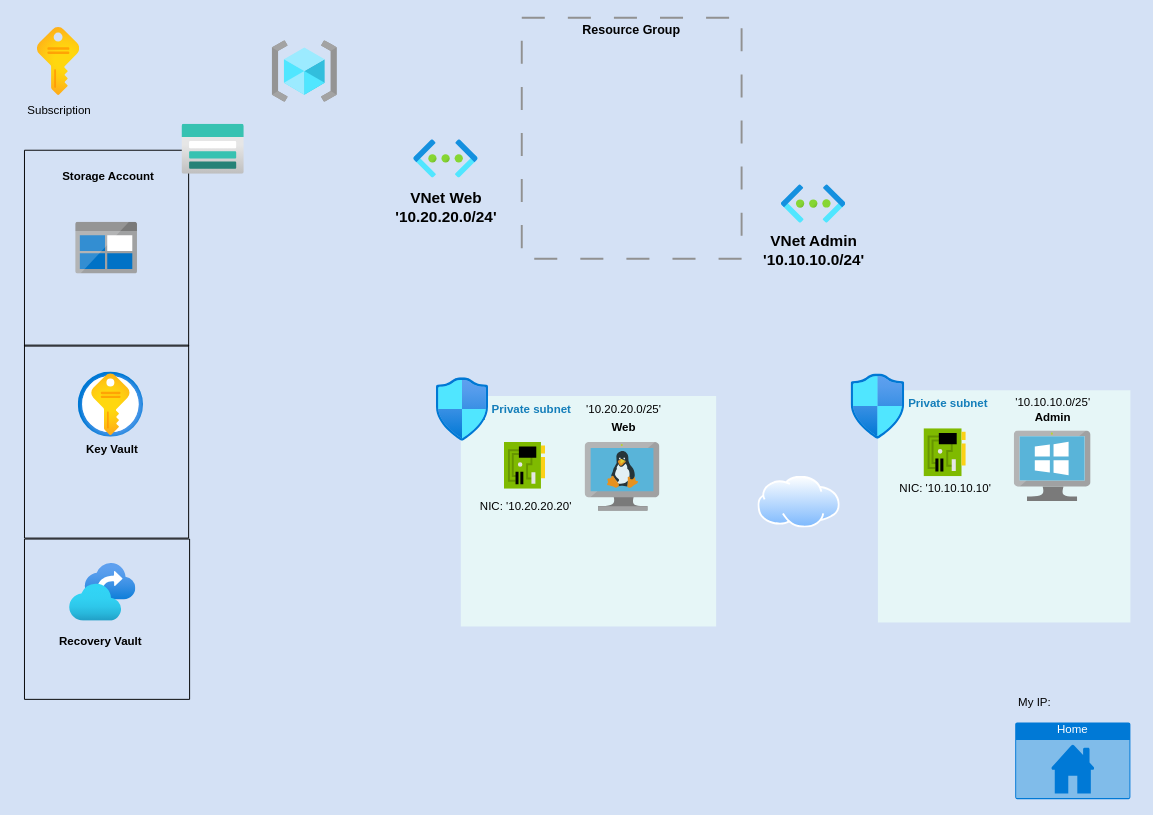
Above: v1.0.drawio in techgrounds/techgrounds-SaidTG (draw.io), before the change. Source tidied: cells renumbered, new cells numbered last; positions are measured from the earlier drawing's top-left corner, leaving out a move shared by most shapes. Both pictures are drawn from the tidied source at 96%, with x=0, y=0 at pixel (16, 17).
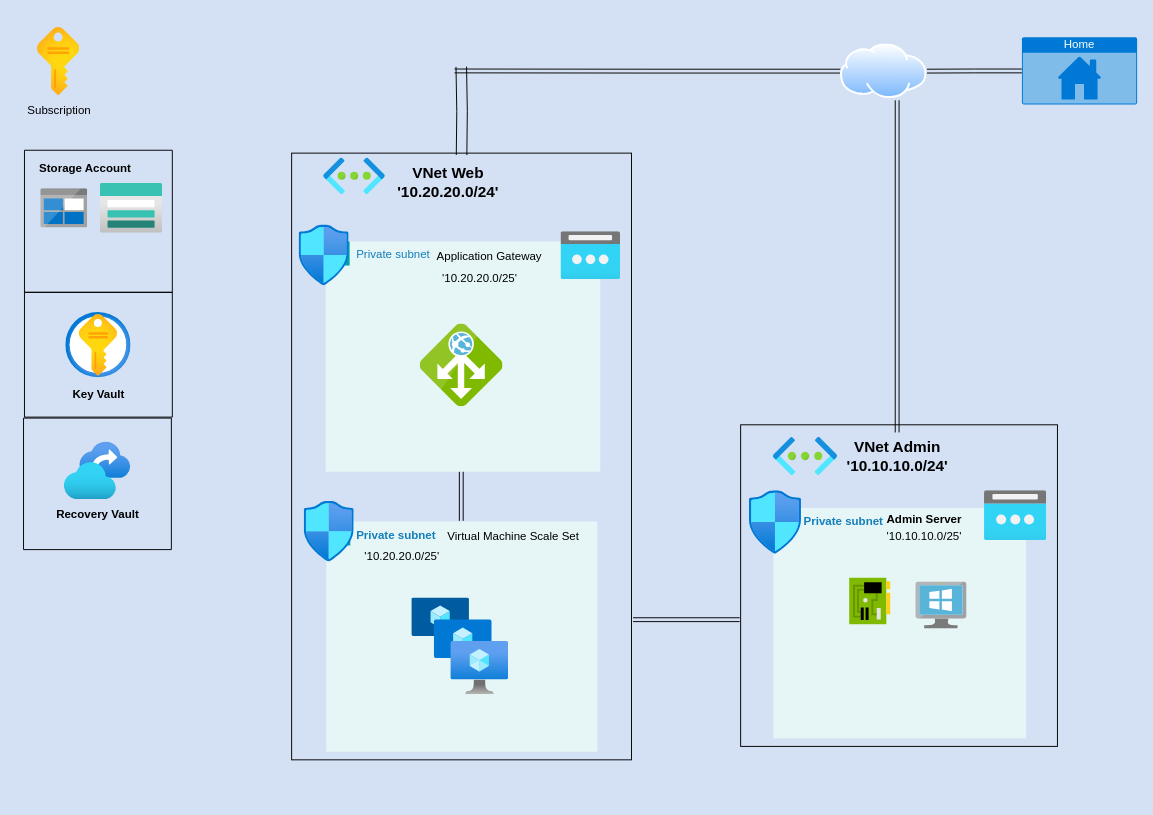
The same diagram, later.

What changed in the source:
```diff
@@
-    <mxCell id="2" value="Home" style="html=1;whiteSpace=wrap;strokeColor=none;fillColor=#0079D6;labelPosition=center;verticalLabelPosition=middle;verticalAlign=top;align=center;fontSize=12;outlineConnect=0;spacingTop=-6;fontColor=#FFFFFF;sketch=0;shape=mxgraph.sitemap.home;" parent="1" vertex="1">
-      <mxGeometry x="1040" y="734" width="120" height="80" as="geometry" />
-    </mxCell>
-    <mxCell id="3" style="image;html=1;align=center;fontSize=12;image=img/lib/azure2/networking/Virtual_Networks.svg;" parent="1" vertex="1">
-      <mxGeometry x="796.5" y="174" width="67" height="40" as="geometry" />
-    </mxCell>
-    <mxCell id="4" style="image;html=1;align=center;fontSize=12;image=img/lib/azure2/networking/Virtual_Networks.svg;" parent="1" vertex="1">
-      <mxGeometry x="413.5" y="127" width="67" height="40" as="geometry" />
-    </mxCell>
@@
-    <mxCell id="6" value="&lt;b&gt;&lt;font style=&quot;font-size: 13px;&quot;&gt;Resource Group&lt;/font&gt;&lt;/b&gt;" style="fontStyle=0;verticalAlign=top;align=center;spacingTop=-2;fillColor=none;rounded=0;whiteSpace=wrap;html=1;strokeColor=#919191;strokeWidth=2;dashed=1;dashPattern=12 12;" parent="1" vertex="1">
-      <mxGeometry x="526" width="229" height="251" as="geometry" />
-    </mxCell>
+    <mxCell id="39" style="edgeStyle=orthogonalEdgeStyle;shape=link;rounded=0;jettySize=auto;html=1;" parent="1" edge="1" source="7">
+      <mxGeometry relative="1" as="geometry">
+        <mxPoint x="456" y="55.4" as="targetPoint" />
+      </mxGeometry>
+    </mxCell>
     <mxCell id="7" style="image;perimeter=ellipsePerimeter;html=1;align=center;shadow=0;dashed=0;spacingTop=3;image=img/lib/active_directory/internet_cloud.svg;" parent="1" vertex="1">
-      <mxGeometry x="772" y="477.5" width="85.7" height="54" as="geometry" />
+      <mxGeometry x="858" y="27.2" width="90.1" height="56.8" as="geometry" />
     </mxCell>
     <mxCell id="8" style="swimlane;startSize=0;" parent="1" vertex="1">
-      <mxGeometry x="8" y="138" width="171" height="204" as="geometry" />
+      <mxGeometry x="8" y="138" width="154" height="148" as="geometry" />
     </mxCell>
     <mxCell id="9" style="image;html=1;align=center;fontSize=12;image=img/lib/azure2/storage/Storage_Accounts.svg;" parent="8" vertex="1">
-      <mxGeometry x="164" y="-27" width="65" height="52" as="geometry" />
+      <mxGeometry x="79" y="34.5" width="65" height="52" as="geometry" />
     </mxCell>
     <mxCell id="10" style="image;sketch=0;html=1;align=center;fontSize=12;image=img/lib/mscae/BlobBlock.svg;" parent="8" vertex="1">
-      <mxGeometry x="53.4" y="75" width="64.3" height="54" as="geometry" />
+      <mxGeometry x="17" y="40" width="48.8" height="41" as="geometry" />
     </mxCell>
     <mxCell id="11" value="&lt;b&gt;Storage Account&lt;/b&gt;" style="text;html=1;align=center;verticalAlign=middle;strokeColor=none;fillColor=none;" parent="8" vertex="1">
-      <mxGeometry x="30" y="14" width="113" height="26" as="geometry" />
+      <mxGeometry x="6" y="6" width="113" height="26" as="geometry" />
     </mxCell>
     <mxCell id="12" style="swimlane;startSize=0;" parent="1" vertex="1">
-      <mxGeometry x="8" y="341" width="171" height="201" as="geometry" />
+      <mxGeometry x="8" y="286" width="154" height="130" as="geometry" />
     </mxCell>
     <mxCell id="13" style="image;html=1;align=center;fontSize=12;image=img/lib/azure2/security/Key_Vaults.svg;" parent="12" vertex="1">
-      <mxGeometry x="56" y="28" width="68" height="68" as="geometry" />
+      <mxGeometry x="43" y="21" width="68" height="68" as="geometry" />
     </mxCell>
     <mxCell id="14" value="&lt;div&gt;&lt;b&gt;Key Vault&lt;/b&gt;&lt;/div&gt;" style="text;html=1;align=center;verticalAlign=middle;strokeColor=none;fillColor=none;" parent="12" vertex="1">
-      <mxGeometry x="55.5" y="96" width="70" height="26" as="geometry" />
+      <mxGeometry x="42" y="94" width="70" height="26" as="geometry" />
     </mxCell>
     <mxCell id="15" style="swimlane;startSize=0;" parent="1" vertex="1">
-      <mxGeometry x="8" y="543" width="172" height="167" as="geometry" />
+      <mxGeometry x="7" y="417" width="154" height="137" as="geometry" />
     </mxCell>
     <mxCell id="16" value="&lt;div&gt;&lt;b&gt;Recovery Vault&lt;/b&gt;&lt;/div&gt;" style="text;html=1;align=center;verticalAlign=middle;strokeColor=none;fillColor=none;" parent="15" vertex="1">
-      <mxGeometry x="28" y="93.5" width="102" height="26" as="geometry" />
+      <mxGeometry x="26" y="88" width="102" height="26" as="geometry" />
     </mxCell>
     <mxCell id="17" style="image;html=1;align=center;fontSize=12;image=img/lib/azure2/management_governance/Recovery_Services_Vaults.svg;" parent="15" vertex="1">
-      <mxGeometry x="47" y="25.5" width="69" height="60" as="geometry" />
+      <mxGeometry x="42.5" y="25" width="69" height="60" as="geometry" />
     </mxCell>
@@
-    <mxCell id="19" value="&lt;div style=&quot;font-size: 16px;&quot;&gt;&lt;b&gt;&lt;font style=&quot;font-size: 16px;&quot;&gt;VNet Web&lt;/font&gt;&lt;/b&gt;&lt;/div&gt;&lt;div style=&quot;font-size: 16px;&quot;&gt;&lt;b&gt;&lt;font style=&quot;font-size: 16px;&quot;&gt;'10.20.20.0/24'&lt;font style=&quot;font-size: 16px;&quot;&gt;&lt;br&gt;&lt;/font&gt;&lt;/font&gt;&lt;/b&gt;&lt;/div&gt;" style="text;html=1;align=center;verticalAlign=middle;strokeColor=none;fillColor=none;" parent="1" vertex="1">
-      <mxGeometry x="385" y="172" width="124" height="50" as="geometry" />
-    </mxCell>
-    <mxCell id="20" value="&lt;div style=&quot;font-size: 16px;&quot;&gt;&lt;b&gt;&lt;font style=&quot;font-size: 16px;&quot;&gt;VNet Admin&lt;/font&gt;&lt;/b&gt;&lt;/div&gt;&lt;div style=&quot;font-size: 16px;&quot;&gt;&lt;b&gt;&lt;font style=&quot;font-size: 16px;&quot;&gt;'10.10.10.0/24&lt;/font&gt;'&lt;/b&gt;&lt;/div&gt;" style="text;html=1;align=center;verticalAlign=middle;points=[];strokeColor=none;fillColor=none;" parent="1" vertex="1">
-      <mxGeometry x="768" y="217" width="124" height="50" as="geometry" />
-    </mxCell>
-    <mxCell id="21" style="image;html=1;align=center;fontSize=12;image=img/lib/azure2/general/Resource_Groups.svg;" parent="1" vertex="1">
-      <mxGeometry x="266" y="24" width="68" height="64" as="geometry" />
-    </mxCell>
-    <mxCell id="22" value="My IP:" style="text;html=1;align=center;verticalAlign=middle;strokeColor=none;fillColor=none;" parent="1" vertex="1">
-      <mxGeometry x="1035.5" y="700" width="49" height="26" as="geometry" />
-    </mxCell>
-    <mxCell id="23" style="group;" parent="1" vertex="1">
-      <mxGeometry x="437" y="375" width="291.5" height="259" as="geometry" />
-    </mxCell>
-    <mxCell id="24" value="&lt;b&gt;Private subnet&lt;/b&gt;" style="gradientColor=none;html=1;whiteSpace=wrap;fontSize=12;fontStyle=0;shape=mxgraph.aws4.group;grIcon=mxgraph.aws4.group_security_group;grStroke=0;strokeColor=#00A4A6;fillColor=#E6F6F7;verticalAlign=top;align=left;spacingLeft=30;fontColor=#147EBA;dashed=0;" parent="23" vertex="1">
-      <mxGeometry x="25.5" y="19" width="266" height="240" as="geometry" />
-    </mxCell>
-    <mxCell id="25" style="image;sketch=0;html=1;align=center;fontSize=12;image=img/lib/mscae/NetworkInterfaceCard.svg;" parent="23" vertex="1">
-      <mxGeometry x="71" y="67.4" width="42.8" height="48.7" as="geometry" />
-    </mxCell>
-    <mxCell id="26" style="image;sketch=0;html=1;align=center;fontSize=12;image=img/lib/mscae/VM_Linux.svg;" parent="23" vertex="1">
-      <mxGeometry x="155" y="67.4" width="77.9" height="71.7" as="geometry" />
-    </mxCell>
-    <mxCell id="27" value="&lt;b&gt;Web&lt;/b&gt;" style="text;html=1;align=center;verticalAlign=middle;strokeColor=none;fillColor=none;" parent="23" vertex="1">
-      <mxGeometry x="173" y="37.9" width="44" height="27.4" as="geometry" />
-    </mxCell>
-    <mxCell id="28" value="'10.20.20.0/25'" style="text;html=1;align=center;verticalAlign=middle;strokeColor=none;fillColor=none;" parent="23" vertex="1">
-      <mxGeometry x="146.5" y="19" width="97" height="27.4" as="geometry" />
-    </mxCell>
-    <mxCell id="29" value="&lt;div&gt;NIC: '10.20.20.20'&lt;/div&gt;" style="text;html=1;align=center;verticalAlign=middle;strokeColor=none;fillColor=none;" parent="23" vertex="1">
-      <mxGeometry x="36" y="120" width="114" height="27.4" as="geometry" />
-    </mxCell>
-    <mxCell id="30" style="image;html=1;align=center;fontSize=12;image=img/lib/azure2/networking/Network_Security_Groups.svg;" parent="23" vertex="1">
-      <mxGeometry width="54.5" height="66.2" as="geometry" />
-    </mxCell>
-    <mxCell id="31" style="group;" parent="1" vertex="1">
-      <mxGeometry x="869" y="371" width="291" height="259" as="geometry" />
-    </mxCell>
+    <mxCell id="40" style="rounded=0;whiteSpace=wrap;html=1;fillColor=none;" parent="1" vertex="1">
+      <mxGeometry x="754" y="424" width="330" height="335" as="geometry" />
+    </mxCell>
+    <mxCell id="41" style="shape=link;html=1;rounded=0;" parent="1" edge="1">
+      <mxGeometry relative="1" as="geometry">
+        <mxPoint x="642" y="627" as="sourcePoint" />
+        <mxPoint x="753" y="627" as="targetPoint" />
+      </mxGeometry>
+    </mxCell>
+    <mxCell id="42" style="shape=link;html=1;rounded=0;" parent="1" edge="1">
+      <mxGeometry relative="1" as="geometry">
+        <mxPoint x="463" y="466" as="sourcePoint" />
+        <mxPoint x="463" y="524" as="targetPoint" />
+      </mxGeometry>
+    </mxCell>
+    <mxCell id="43" value="Private subnet" style="gradientColor=none;html=1;whiteSpace=wrap;fontSize=12;fontStyle=0;shape=mxgraph.aws4.group;grIcon=mxgraph.aws4.group_security_group;grStroke=0;strokeColor=#00A4A6;fillColor=#E6F6F7;verticalAlign=top;align=left;spacingLeft=30;fontColor=#147EBA;dashed=0;" parent="1" vertex="1">
+      <mxGeometry x="321.7" y="233" width="286" height="240" as="geometry" />
+    </mxCell>
+    <mxCell id="44" style="image;sketch=0;html=1;align=center;fontSize=12;image=img/lib/mscae/Application_Gateway.svg;" parent="1" vertex="1">
+      <mxGeometry x="420.2" y="319" width="86.2" height="86.2" as="geometry" />
+    </mxCell>
+    <mxCell id="45" value="Application Gateway" style="text;html=1;align=center;verticalAlign=middle;strokeColor=none;fillColor=none;" parent="1" vertex="1">
+      <mxGeometry x="428.4" y="235.9" width="128" height="26" as="geometry" />
+    </mxCell>
+    <mxCell id="46" value="'10.20.20.0/25'" style="text;html=1;align=center;verticalAlign=middle;strokeColor=none;fillColor=none;" parent="1" vertex="1">
+      <mxGeometry x="433.7" y="259" width="97" height="26" as="geometry" />
+    </mxCell>
+    <mxCell id="47" style="image;html=1;align=center;fontSize=12;image=img/lib/azure2/networking/Public_IP_Addresses.svg;" parent="1" vertex="1">
+      <mxGeometry x="566.8" y="222.9" width="62.2" height="49.8" as="geometry" />
+    </mxCell>
+    <mxCell id="48" style="image;html=1;align=center;fontSize=12;image=img/lib/azure2/networking/Network_Security_Groups.svg;" parent="1" vertex="1">
+      <mxGeometry x="294" y="215.8" width="52.2" height="63.4" as="geometry" />
+    </mxCell>
+    <mxCell id="49" style="edgeStyle=orthogonalEdgeStyle;shape=link;rounded=0;orthogonalLoop=1;jettySize=auto;html=1;width=11;" parent="1" edge="1">
+      <mxGeometry relative="1" as="geometry">
+        <mxPoint x="463.3" y="143" as="sourcePoint" />
+        <mxPoint x="463" y="51" as="targetPoint" />
+      </mxGeometry>
+    </mxCell>
+    <mxCell id="50" style="rounded=0;whiteSpace=wrap;html=1;fillColor=none;" parent="1" vertex="1">
+      <mxGeometry x="286.3" y="141" width="354" height="632" as="geometry" />
+    </mxCell>
-    <mxCell id="32" value="&lt;b&gt;Private subnet&lt;/b&gt;" style="gradientColor=none;html=1;whiteSpace=wrap;fontSize=12;fontStyle=0;shape=mxgraph.aws4.group;grIcon=mxgraph.aws4.group_security_group;grStroke=0;strokeColor=#00A4A6;fillColor=#E6F6F7;verticalAlign=top;align=left;spacingLeft=30;fontColor=#147EBA;dashed=0;" parent="31" vertex="1">
-      <mxGeometry x="28" y="17" width="263" height="242" as="geometry" />
+    <mxCell id="32" value="&lt;b&gt;Private subnet&lt;/b&gt;" style="gradientColor=none;html=1;whiteSpace=wrap;fontSize=12;fontStyle=0;shape=mxgraph.aws4.group;grIcon=mxgraph.aws4.group_security_group;grStroke=0;strokeColor=#00A4A6;fillColor=#E6F6F7;verticalAlign=top;align=left;spacingLeft=30;fontColor=#147EBA;dashed=0;" parent="1" vertex="1">
+      <mxGeometry x="788" y="510.6" width="263.4" height="240" as="geometry" />
     </mxCell>
-    <mxCell id="33" style="image;sketch=0;html=1;align=center;fontSize=12;image=img/lib/mscae/NetworkInterfaceCard.svg;" parent="31" vertex="1">
-      <mxGeometry x="76" y="57" width="44" height="50" as="geometry" />
+    <mxCell id="33" style="image;sketch=0;html=1;align=center;fontSize=12;image=img/lib/mscae/NetworkInterfaceCard.svg;" parent="1" vertex="1">
+      <mxGeometry x="867.5" y="583.6" width="43.1" height="49" as="geometry" />
     </mxCell>
-    <mxCell id="34" style="image;sketch=0;html=1;align=center;fontSize=12;image=img/lib/mscae/VirtualMachineWindows.svg;" parent="31" vertex="1">
-      <mxGeometry x="170" y="59.4" width="80" height="73.6" as="geometry" />
+    <mxCell id="34" style="image;sketch=0;html=1;align=center;fontSize=12;image=img/lib/mscae/VirtualMachineWindows.svg;" parent="1" vertex="1">
+      <mxGeometry x="936.5" y="587.6" width="53.3" height="49" as="geometry" />
     </mxCell>
-    <mxCell id="35" style="image;html=1;align=center;fontSize=12;image=img/lib/azure2/networking/Network_Security_Groups.svg;" parent="31" vertex="1">
-      <mxGeometry width="56" height="68" as="geometry" />
-    </mxCell>
-    <mxCell id="36" value="&lt;b&gt;Admin&lt;/b&gt;" style="text;html=1;align=center;verticalAlign=middle;strokeColor=none;fillColor=none;" parent="31" vertex="1">
-      <mxGeometry x="183" y="33.4" width="54" height="26" as="geometry" />
+    <mxCell id="36" value="&lt;div&gt;&lt;b&gt;Admin Server&lt;/b&gt;&lt;/div&gt;" style="text;html=1;align=center;verticalAlign=middle;strokeColor=none;fillColor=none;" parent="1" vertex="1">
+      <mxGeometry x="897.9" y="510" width="95" height="26" as="geometry" />
     </mxCell>
+    <mxCell id="51" style="image;html=1;align=center;fontSize=12;image=img/lib/azure2/networking/Network_Security_Groups.svg;" parent="1" vertex="1">
+      <mxGeometry x="763" y="492.6" width="54.5" height="66.2" as="geometry" />
+    </mxCell>
-    <mxCell id="37" value="&lt;div&gt;'10.10.10.0/25'&lt;/div&gt;" style="text;html=1;align=center;verticalAlign=middle;strokeColor=none;fillColor=none;" parent="31" vertex="1">
-      <mxGeometry x="161.5" y="17" width="97" height="26" as="geometry" />
+    <mxCell id="37" value="&lt;div&gt;'10.10.10.0/25'&lt;/div&gt;" style="text;html=1;align=center;verticalAlign=middle;strokeColor=none;fillColor=none;" parent="1" vertex="1">
+      <mxGeometry x="896.9" y="528" width="97" height="26" as="geometry" />
     </mxCell>
-    <mxCell id="38" value="NIC: '10.10.10.10'" style="text;html=1;align=center;verticalAlign=middle;strokeColor=none;fillColor=none;" parent="31" vertex="1">
-      <mxGeometry x="41" y="107" width="114" height="26" as="geometry" />
-    </mxCell>
+    <mxCell id="52" style="image;html=1;align=center;fontSize=12;image=img/lib/azure2/networking/Public_IP_Addresses.svg;" parent="1" vertex="1">
+      <mxGeometry x="1007.9" y="492.6" width="65" height="52" as="geometry" />
+    </mxCell>
+    <mxCell id="3" style="image;html=1;align=center;fontSize=12;image=img/lib/azure2/networking/Virtual_Networks.svg;" parent="1" vertex="1">
+      <mxGeometry x="788" y="437" width="67" height="40" as="geometry" />
+    </mxCell>
+    <mxCell id="20" value="&lt;div style=&quot;font-size: 16px;&quot;&gt;&lt;b&gt;&lt;font style=&quot;font-size: 16px;&quot;&gt;VNet Admin&lt;/font&gt;&lt;/b&gt;&lt;/div&gt;&lt;div style=&quot;font-size: 16px;&quot;&gt;&lt;b&gt;&lt;font style=&quot;font-size: 16px;&quot;&gt;'10.10.10.0/24&lt;/font&gt;'&lt;/b&gt;&lt;/div&gt;" style="text;html=1;align=center;verticalAlign=middle;points=[];strokeColor=none;fillColor=none;" parent="1" vertex="1">
+      <mxGeometry x="855" y="432" width="124" height="50" as="geometry" />
+    </mxCell>
+    <mxCell id="24" value="&lt;b&gt;Private subnet&lt;/b&gt;" style="gradientColor=none;html=1;whiteSpace=wrap;fontSize=12;fontStyle=0;shape=mxgraph.aws4.group;grIcon=mxgraph.aws4.group_security_group;grStroke=0;strokeColor=#00A4A6;fillColor=#E6F6F7;verticalAlign=top;align=left;spacingLeft=30;fontColor=#147EBA;dashed=0;" parent="1" vertex="1">
+      <mxGeometry x="322.4" y="524.6" width="282.3" height="240" as="geometry" />
+    </mxCell>
+    <mxCell id="28" value="'10.20.20.0/25'" style="text;html=1;align=center;verticalAlign=middle;strokeColor=none;fillColor=none;" parent="1" vertex="1">
+      <mxGeometry x="349.5" y="547.7" width="102.9" height="27.4" as="geometry" />
+    </mxCell>
+    <mxCell id="30" style="image;html=1;align=center;fontSize=12;image=img/lib/azure2/networking/Network_Security_Groups.svg;" parent="1" vertex="1">
+      <mxGeometry x="299.3" y="503.6" width="52.2" height="63.4" as="geometry" />
+    </mxCell>
+    <mxCell id="53" style="image;html=1;align=center;fontSize=12;image=img/lib/azure2/compute/VM_Scale_Sets.svg;" parent="1" vertex="1">
+      <mxGeometry x="411.5" y="604.4" width="100.8" height="100.8" as="geometry" />
+    </mxCell>
+    <mxCell id="54" value="&lt;div&gt;Virtual Machine Scale Set&lt;/div&gt;" style="text;html=1;align=center;verticalAlign=middle;strokeColor=none;fillColor=none;" parent="1" vertex="1">
+      <mxGeometry x="439.1" y="526.7" width="156" height="26" as="geometry" />
+    </mxCell>
+    <mxCell id="4" style="image;html=1;align=center;fontSize=12;image=img/lib/azure2/networking/Virtual_Networks.svg;" parent="1" vertex="1">
+      <mxGeometry x="319.7" y="146" width="64.1" height="38.3" as="geometry" />
+    </mxCell>
+    <mxCell id="19" value="&lt;div style=&quot;font-size: 16px;&quot;&gt;&lt;b&gt;&lt;font style=&quot;font-size: 16px;&quot;&gt;VNet Web&lt;/font&gt;&lt;/b&gt;&lt;/div&gt;&lt;div style=&quot;font-size: 16px;&quot;&gt;&lt;b&gt;&lt;font style=&quot;font-size: 16px;&quot;&gt;'10.20.20.0/24'&lt;font style=&quot;font-size: 16px;&quot;&gt;&lt;br&gt;&lt;/font&gt;&lt;/font&gt;&lt;/b&gt;&lt;/div&gt;" style="text;html=1;align=center;verticalAlign=middle;strokeColor=none;fillColor=none;" parent="1" vertex="1">
+      <mxGeometry x="386.7" y="146" width="124" height="50" as="geometry" />
+    </mxCell>
+    <mxCell id="55" style="edgeStyle=orthogonalEdgeStyle;shape=link;rounded=0;jettySize=auto;html=1;exitX=0;exitY=0.5;exitDx=0;exitDy=0;exitPerimeter=0;entryX=1;entryY=0.5;entryDx=0;entryDy=0;" parent="1" edge="1" source="2" target="7">
+      <mxGeometry relative="1" as="geometry" />
+    </mxCell>
+    <mxCell id="2" value="Home" style="html=1;whiteSpace=wrap;strokeColor=none;fillColor=#0079D6;labelPosition=center;verticalLabelPosition=middle;verticalAlign=top;align=center;fontSize=12;outlineConnect=0;spacingTop=-6;fontColor=#FFFFFF;sketch=0;shape=mxgraph.sitemap.home;" parent="1" vertex="1">
+      <mxGeometry x="1047" y="20.4" width="120" height="70" as="geometry" />
+    </mxCell>
+    <mxCell id="56" style="edgeStyle=orthogonalEdgeStyle;shape=link;rounded=0;jettySize=auto;html=1;entryX=0.655;entryY=1.035;entryDx=0;entryDy=0;entryPerimeter=0;" parent="1" edge="1" source="20" target="7">
+      <mxGeometry relative="1" as="geometry" />
+    </mxCell>
```
